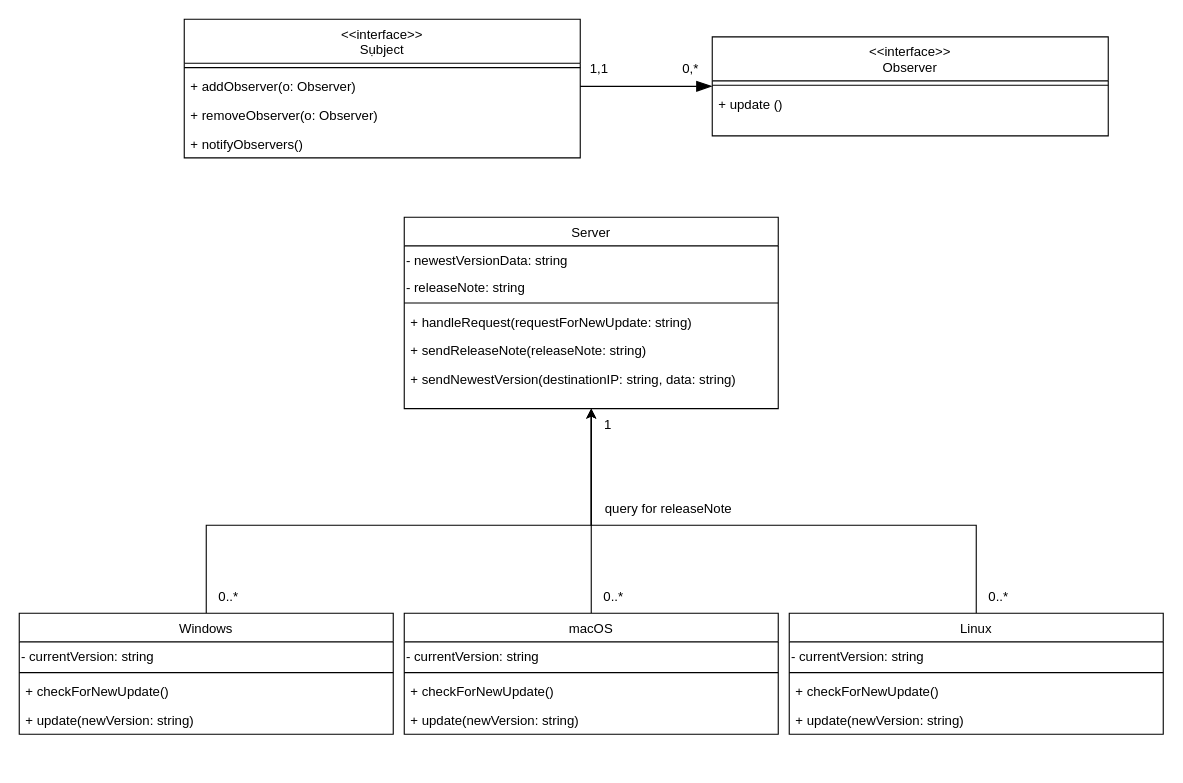
The draw.io diagram OOP_TH_W2.drawio in CatHuyuH24/CatHuyuH24, before the edit. Source tidied: cells renumbered, new cells numbered last; positions are measured from the earlier drawing's top-left corner, leaving out a move shared by most shapes. Both pictures are drawn from the tidied source at 110%, with x=0, y=0 at pixel (19, 19).
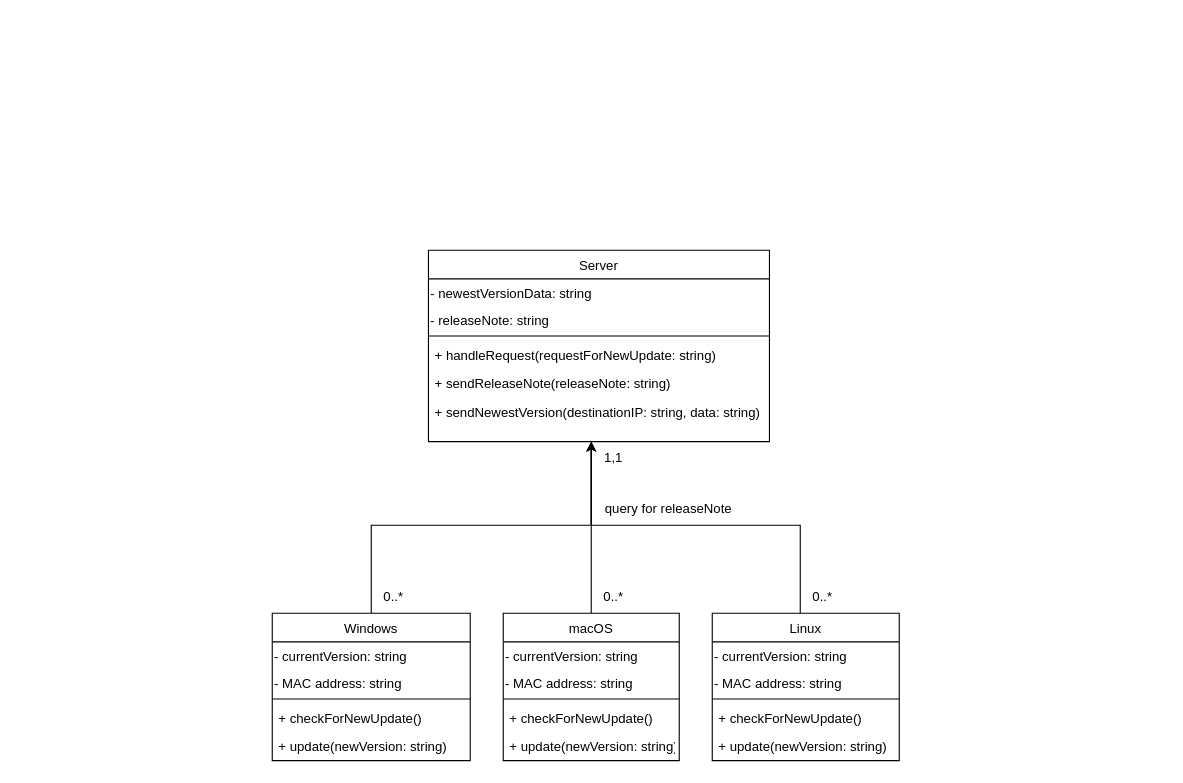
After the change.

Diff of the diagram source:
```diff
@@
-    <mxCell id="2" value="&lt;&lt;interface&gt;&gt;&#10;Observer" style="swimlane;fontStyle=0;align=center;verticalAlign=top;horizontal=1;startSize=40;rounded=0;shadow=0;strokeWidth=1;" parent="1" vertex="1">
-      <mxGeometry x="630" y="16" width="360" height="90" as="geometry" />
-    </mxCell>
-    <mxCell id="3" style="line;html=1;strokeWidth=1;align=left;verticalAlign=middle;spacingTop=-1;spacingLeft=3;spacingRight=3;labelPosition=right;" parent="2" vertex="1">
-      <mxGeometry y="40" width="360" height="8" as="geometry" />
-    </mxCell>
-    <mxCell id="4" value="+ update ()" style="text;align=left;verticalAlign=top;spacingLeft=4;spacingRight=4;overflow=hidden;" parent="2" vertex="1">
-      <mxGeometry y="48" width="360" height="26" as="geometry" />
-    </mxCell>
     <mxCell id="5" value="Server" style="swimlane;fontStyle=0;align=center;verticalAlign=top;horizontal=1;startSize=26;rounded=0;shadow=0;strokeWidth=1;" parent="1" vertex="1">
-      <mxGeometry x="350" y="180" width="340" height="174" as="geometry" />
+      <mxGeometry x="372" y="210" width="310" height="174" as="geometry" />
     </mxCell>
     <mxCell id="6" value="- newestVersionData: string" style="text;whiteSpace=wrap;html=1;" parent="5" vertex="1">
-      <mxGeometry y="26" width="340" height="24" as="geometry" />
+      <mxGeometry y="26" width="310" height="24" as="geometry" />
     </mxCell>
     <mxCell id="7" value="- releaseNote: string" style="text;whiteSpace=wrap;html=1;" parent="5" vertex="1">
-      <mxGeometry y="50" width="340" height="24" as="geometry" />
+      <mxGeometry y="50" width="310" height="24" as="geometry" />
     </mxCell>
     <mxCell id="8" style="line;html=1;strokeWidth=1;align=left;verticalAlign=middle;spacingTop=-1;spacingLeft=3;spacingRight=3;labelPosition=right;" parent="5" vertex="1">
-      <mxGeometry y="74" width="340" height="8" as="geometry" />
+      <mxGeometry y="74" width="310" height="8" as="geometry" />
     </mxCell>
     <mxCell id="9" value="+ handleRequest(requestForNewUpdate: string)" style="text;align=left;verticalAlign=top;spacingLeft=4;spacingRight=4;overflow=hidden;" parent="5" vertex="1">
-      <mxGeometry y="82" width="340" height="26" as="geometry" />
+      <mxGeometry y="82" width="310" height="26" as="geometry" />
     </mxCell>
     <mxCell id="10" value="+ sendReleaseNote(releaseNote: string)" style="text;align=left;verticalAlign=top;spacingLeft=4;spacingRight=4;overflow=hidden;" parent="5" vertex="1">
-      <mxGeometry y="108" width="340" height="26" as="geometry" />
+      <mxGeometry y="108" width="310" height="26" as="geometry" />
     </mxCell>
     <mxCell id="11" value="+ sendNewestVersion(destinationIP: string, data: string)" style="text;align=left;verticalAlign=top;spacingLeft=4;spacingRight=4;overflow=hidden;" parent="5" vertex="1">
-      <mxGeometry y="134" width="340" height="26" as="geometry" />
+      <mxGeometry y="134" width="310" height="26" as="geometry" />
     </mxCell>
-    <mxCell id="12" value="0,*" style="text;html=1;align=center;verticalAlign=middle;strokeColor=none;fillColor=none;" parent="1" vertex="1">
-      <mxGeometry x="590" y="30" width="40" height="30" as="geometry" />
-    </mxCell>
     <mxCell id="13" value="1,1" style="text;html=1;align=center;verticalAlign=middle;strokeColor=none;fillColor=none;" parent="1" vertex="1">
-      <mxGeometry x="507" y="30" width="40" height="30" as="geometry" />
+      <mxGeometry x="520" y="384" width="40" height="30" as="geometry" />
     </mxCell>
-    <mxCell id="14" value="&lt;&lt;interface&gt;&gt;&#10;Sụbject" style="swimlane;fontStyle=0;align=center;verticalAlign=top;horizontal=1;startSize=40;rounded=0;shadow=0;strokeWidth=1;" parent="1" vertex="1">
-      <mxGeometry x="150" width="360" height="126" as="geometry" />
-    </mxCell>
-    <mxCell id="15" style="line;html=1;strokeWidth=1;align=left;verticalAlign=middle;spacingTop=-1;spacingLeft=3;spacingRight=3;labelPosition=right;" parent="14" vertex="1">
-      <mxGeometry y="40" width="360" height="8" as="geometry" />
-    </mxCell>
-    <mxCell id="16" value="+ addObserver(o: Observer)" style="text;align=left;verticalAlign=top;spacingLeft=4;spacingRight=4;overflow=hidden;points=[[0,0.5],[1,0.5]];portConstraint=eastwest;" parent="14" vertex="1">
-      <mxGeometry y="48" width="360" height="26" as="geometry" />
-    </mxCell>
-    <mxCell id="17" value="+ removeObserver(o: Observer)" style="text;align=left;verticalAlign=top;spacingLeft=4;spacingRight=4;overflow=hidden;" parent="14" vertex="1">
-      <mxGeometry y="74" width="360" height="26" as="geometry" />
-    </mxCell>
-    <mxCell id="18" value="+ notifyObservers()" style="text;align=left;verticalAlign=top;spacingLeft=4;spacingRight=4;overflow=hidden;" parent="14" vertex="1">
-      <mxGeometry y="100" width="360" height="26" as="geometry" />
-    </mxCell>
-    <mxCell id="19" style="edgeStyle=orthogonalEdgeStyle;rounded=0;jettySize=auto;html=1;endSize=12;endArrow=blockThin;endFill=1;" parent="1" edge="1" source="16" target="2">
-      <mxGeometry relative="1" as="geometry" />
+    <mxCell id="19" style="edgeStyle=orthogonalEdgeStyle;rounded=0;orthogonalLoop=1;jettySize=auto;html=1;endSize=12;endArrow=blockThin;endFill=1;" parent="1" edge="1">
+      <mxGeometry relative="1" as="geometry">
+        <mxPoint x="510" y="61" as="sourcePoint" />
+      </mxGeometry>
     </mxCell>
     <mxCell id="20" style="edgeStyle=orthogonalEdgeStyle;rounded=0;jettySize=auto;html=1;" parent="1" edge="1" source="21" target="5">
       <mxGeometry relative="1" as="geometry">
         <Array as="points">
-          <mxPoint x="170" y="460" />
+          <mxPoint x="320" y="460" />
           <mxPoint x="520" y="460" />
         </Array>
       </mxGeometry>
     </mxCell>
     <mxCell id="21" value="Windows" style="swimlane;fontStyle=0;align=center;verticalAlign=top;horizontal=1;startSize=26;rounded=0;shadow=0;strokeWidth=1;" parent="1" vertex="1">
-      <mxGeometry y="540" width="340" height="110" as="geometry" />
+      <mxGeometry x="230" y="540" width="180" height="134" as="geometry" />
     </mxCell>
+    <mxCell id="43" value="- currentVersion: string" style="text;whiteSpace=wrap;html=1;" parent="21" vertex="1">
+      <mxGeometry y="26" width="180" height="24" as="geometry" />
+    </mxCell>
-    <mxCell id="22" value="- currentVersion: string" style="text;whiteSpace=wrap;html=1;" parent="21" vertex="1">
-      <mxGeometry y="26" width="340" height="24" as="geometry" />
+    <mxCell id="22" value="- MAC address: string" style="text;whiteSpace=wrap;html=1;" parent="21" vertex="1">
+      <mxGeometry y="50" width="180" height="24" as="geometry" />
     </mxCell>
     <mxCell id="23" style="line;html=1;strokeWidth=1;align=left;verticalAlign=middle;spacingTop=-1;spacingLeft=3;spacingRight=3;labelPosition=right;" parent="21" vertex="1">
-      <mxGeometry y="50" width="340" height="8" as="geometry" />
+      <mxGeometry y="74" width="180" height="8" as="geometry" />
     </mxCell>
     <mxCell id="24" value="+ checkForNewUpdate()" style="text;align=left;verticalAlign=top;spacingLeft=4;spacingRight=4;overflow=hidden;" parent="21" vertex="1">
-      <mxGeometry y="58" width="340" height="26" as="geometry" />
+      <mxGeometry y="82" width="180" height="26" as="geometry" />
     </mxCell>
     <mxCell id="25" value="+ update(newVersion: string)" style="text;align=left;verticalAlign=top;spacingLeft=4;spacingRight=4;overflow=hidden;" parent="21" vertex="1">
-      <mxGeometry y="84" width="340" height="26" as="geometry" />
+      <mxGeometry y="108" width="180" height="26" as="geometry" />
     </mxCell>
     <mxCell id="26" style="edgeStyle=orthogonalEdgeStyle;rounded=0;jettySize=auto;html=1;" parent="1" edge="1" source="27" target="5">
       <mxGeometry relative="1" as="geometry">
         <Array as="points">
-          <mxPoint x="520" y="410" />
-          <mxPoint x="520" y="410" />
+          <mxPoint x="520" y="510" />
+          <mxPoint x="520" y="510" />
         </Array>
       </mxGeometry>
     </mxCell>
     <mxCell id="27" value="macOS" style="swimlane;fontStyle=0;align=center;verticalAlign=top;horizontal=1;startSize=26;rounded=0;shadow=0;strokeWidth=1;" parent="1" vertex="1">
-      <mxGeometry x="350" y="540" width="340" height="110" as="geometry" />
+      <mxGeometry x="440" y="540" width="160" height="134" as="geometry" />
     </mxCell>
     <mxCell id="28" value="- currentVersion: string" style="text;whiteSpace=wrap;html=1;" parent="27" vertex="1">
-      <mxGeometry y="26" width="340" height="24" as="geometry" />
+      <mxGeometry y="26" width="160" height="24" as="geometry" />
     </mxCell>
+    <mxCell id="44" value="- MAC address: string" style="text;whiteSpace=wrap;html=1;" parent="27" vertex="1">
+      <mxGeometry y="50" width="160" height="24" as="geometry" />
+    </mxCell>
     <mxCell id="29" style="line;html=1;strokeWidth=1;align=left;verticalAlign=middle;spacingTop=-1;spacingLeft=3;spacingRight=3;labelPosition=right;" parent="27" vertex="1">
-      <mxGeometry y="50" width="340" height="8" as="geometry" />
+      <mxGeometry y="74" width="160" height="8" as="geometry" />
     </mxCell>
     <mxCell id="30" value="+ checkForNewUpdate()" style="text;align=left;verticalAlign=top;spacingLeft=4;spacingRight=4;overflow=hidden;" parent="27" vertex="1">
-      <mxGeometry y="58" width="340" height="26" as="geometry" />
+      <mxGeometry y="82" width="160" height="26" as="geometry" />
     </mxCell>
     <mxCell id="31" value="+ update(newVersion: string)" style="text;align=left;verticalAlign=top;spacingLeft=4;spacingRight=4;overflow=hidden;" parent="27" vertex="1">
-      <mxGeometry y="84" width="340" height="26" as="geometry" />
+      <mxGeometry y="108" width="160" height="26" as="geometry" />
     </mxCell>
     <mxCell id="32" style="edgeStyle=orthogonalEdgeStyle;rounded=0;jettySize=auto;html=1;" parent="1" edge="1" source="33" target="5">
       <mxGeometry relative="1" as="geometry">
         <Array as="points">
-          <mxPoint x="870" y="460" />
+          <mxPoint x="710" y="460" />
           <mxPoint x="520" y="460" />
         </Array>
       </mxGeometry>
     </mxCell>
     <mxCell id="33" value="Linux" style="swimlane;fontStyle=0;align=center;verticalAlign=top;horizontal=1;startSize=26;rounded=0;shadow=0;strokeWidth=1;" parent="1" vertex="1">
-      <mxGeometry x="700" y="540" width="340" height="110" as="geometry" />
+      <mxGeometry x="630" y="540" width="170" height="134" as="geometry" />
     </mxCell>
     <mxCell id="34" value="- currentVersion: string" style="text;whiteSpace=wrap;html=1;" parent="33" vertex="1">
-      <mxGeometry y="26" width="340" height="24" as="geometry" />
+      <mxGeometry y="26" width="170" height="24" as="geometry" />
     </mxCell>
+    <mxCell id="45" value="- MAC address: string" style="text;whiteSpace=wrap;html=1;" parent="33" vertex="1">
+      <mxGeometry y="50" width="170" height="24" as="geometry" />
+    </mxCell>
     <mxCell id="35" style="line;html=1;strokeWidth=1;align=left;verticalAlign=middle;spacingTop=-1;spacingLeft=3;spacingRight=3;labelPosition=right;" parent="33" vertex="1">
-      <mxGeometry y="50" width="340" height="8" as="geometry" />
+      <mxGeometry y="74" width="170" height="8" as="geometry" />
     </mxCell>
     <mxCell id="36" value="+ checkForNewUpdate()" style="text;align=left;verticalAlign=top;spacingLeft=4;spacingRight=4;overflow=hidden;" parent="33" vertex="1">
-      <mxGeometry y="58" width="340" height="26" as="geometry" />
+      <mxGeometry y="82" width="170" height="26" as="geometry" />
     </mxCell>
     <mxCell id="37" value="+ update(newVersion: string)" style="text;align=left;verticalAlign=top;spacingLeft=4;spacingRight=4;overflow=hidden;" parent="33" vertex="1">
-      <mxGeometry y="84" width="340" height="26" as="geometry" />
+      <mxGeometry y="108" width="170" height="26" as="geometry" />
     </mxCell>
@@
     <mxCell id="40" value="0..*" style="text;html=1;align=center;verticalAlign=middle;strokeColor=none;fillColor=none;" parent="1" vertex="1">
-      <mxGeometry x="170" y="510" width="40" height="30" as="geometry" />
+      <mxGeometry x="320" y="510" width="40" height="30" as="geometry" />
     </mxCell>
     <mxCell id="41" value="0..*" style="text;html=1;align=center;verticalAlign=middle;strokeColor=none;fillColor=none;" parent="1" vertex="1">
-      <mxGeometry x="870" y="510" width="40" height="30" as="geometry" />
+      <mxGeometry x="710" y="510" width="40" height="30" as="geometry" />
     </mxCell>
-    <mxCell id="42" value="1" style="text;html=1;align=center;verticalAlign=middle;strokeColor=none;fillColor=none;" parent="1" vertex="1">
-      <mxGeometry x="520" y="354" width="30" height="30" as="geometry" />
-    </mxCell>
```
